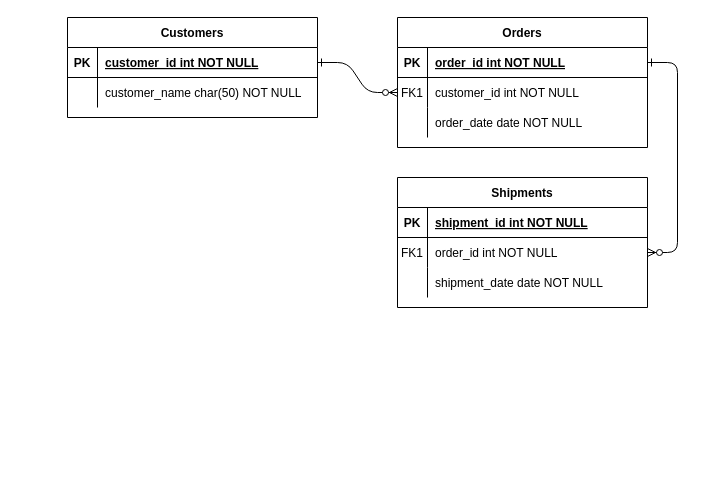
The draw.io diagram Диаграмма без названия.drawio in SpirinIgor/MyWorkOOP, before the edit. Source tidied: cells renumbered, new cells numbered last; positions are measured from the earlier drawing's top-left corner, leaving out a move shared by most shapes. Both pictures are drawn from the tidied source at 100%, with x=0, y=0 at pixel (67, 17).
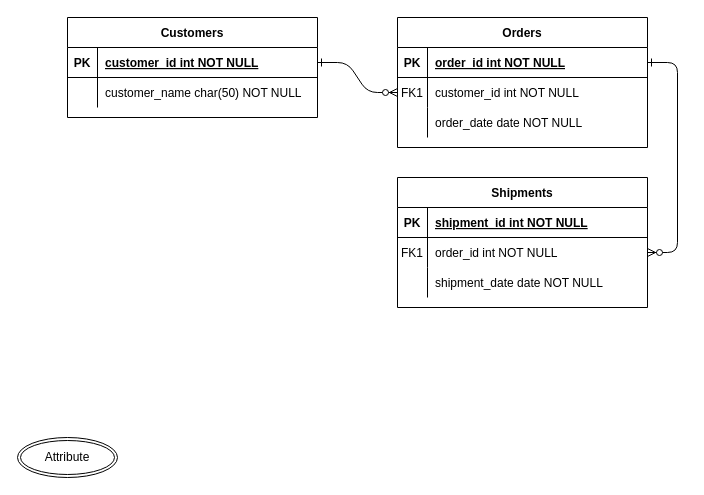
After the change.

What changed in the source:
```diff
@@
+    <mxCell id="31" value="Attribute" style="ellipse;shape=doubleEllipse;margin=3;whiteSpace=wrap;html=1;align=center;" parent="1" vertex="1">
+      <mxGeometry x="-50" y="420" width="100" height="40" as="geometry" />
+    </mxCell>
```
